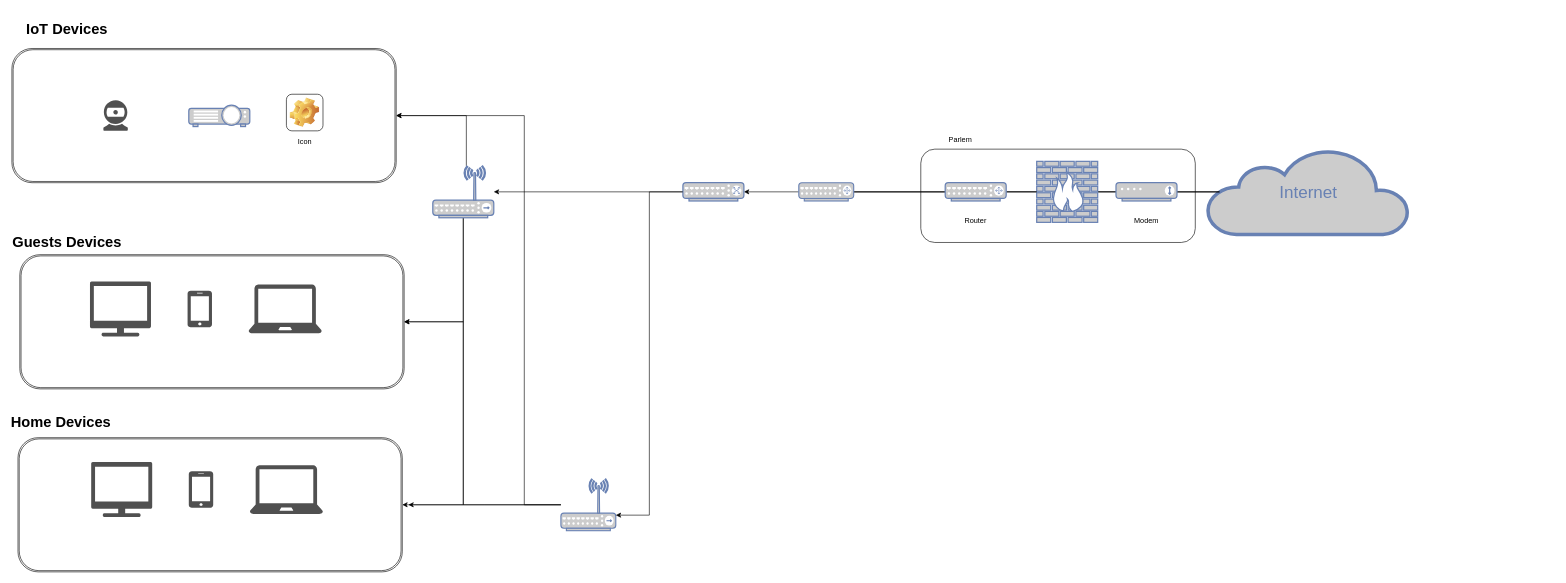
The draw.io diagram Untitled Diagram.drawio in fgibilaro/fgibilaro, before the edit. Source tidied: cells renumbered, new cells numbered last; positions are measured from the earlier drawing's top-left corner, leaving out a move shared by most shapes. Both pictures are drawn from the tidied source at 61%, with x=0, y=0 at pixel (12, 16).
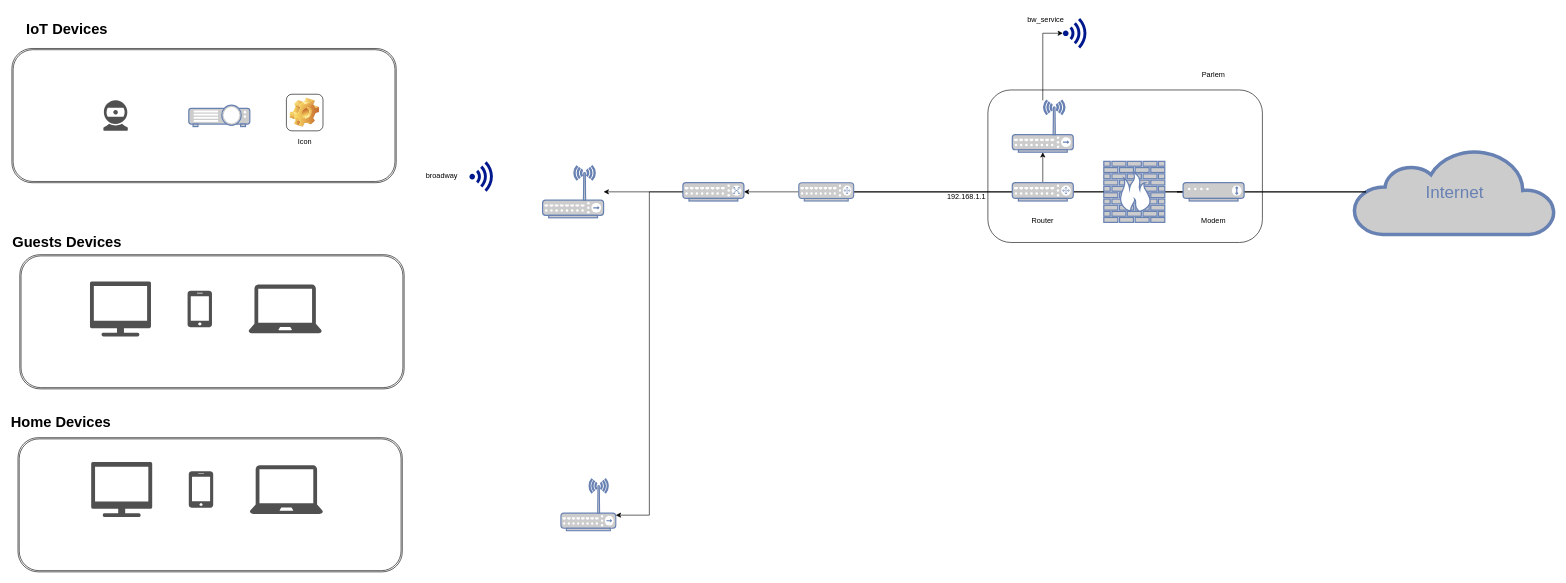
After the change.

Unchanged cells that the change refers to:
```xml
<mxCell id="2" style="shape=ext;double=1;rounded=1;whiteSpace=wrap;html=1;" parent="1" vertex="1">
  <mxGeometry y="52" width="630" height="220" as="geometry" />
</mxCell>
<mxCell id="3" style="shape=ext;double=1;rounded=1;whiteSpace=wrap;html=1;" parent="1" vertex="1">
  <mxGeometry x="10" y="690" width="630" height="220" as="geometry" />
</mxCell>
<mxCell id="27" style="fontColor=#0066CC;verticalAlign=top;verticalLabelPosition=bottom;labelPosition=center;align=center;html=1;outlineConnect=0;fillColor=#CCCCCC;strokeColor=#6881B3;gradientColor=none;gradientDirection=north;strokeWidth=2;shape=mxgraph.networks.wireless_hub;" parent="1" vertex="1">
  <mxGeometry x="900" y="757.5" width="90" height="85" as="geometry" />
</mxCell>
<mxCell id="34" style="shape=ext;double=1;rounded=1;whiteSpace=wrap;html=1;" parent="1" vertex="1">
  <mxGeometry x="13" y="390" width="630" height="220" as="geometry" />
</mxCell>
```

The edit, as a diff of the source:
```diff
@@
     <mxCell id="4" style="rounded=1;whiteSpace=wrap;html=1;" parent="1" vertex="1">
-      <mxGeometry x="1490" y="217" width="450" height="153" as="geometry" />
+      <mxGeometry x="1600" y="120" width="450" height="250" as="geometry" />
     </mxCell>
     <mxCell id="5" style="edgeStyle=none;html=1;labelBackgroundColor=none;endArrow=none;endFill=0;strokeWidth=2;fontFamily=Verdana;fontSize=28;fontColor=#6881B3;" parent="1" edge="1" source="6">
       <mxGeometry relative="1" as="geometry">
-        <mxPoint x="1810" y="287" as="targetPoint" />
+        <mxPoint x="1920" y="287" as="targetPoint" />
       </mxGeometry>
     </mxCell>
     <mxCell id="6" style="fontColor=#0066CC;verticalAlign=top;verticalLabelPosition=bottom;labelPosition=center;align=center;html=1;fillColor=#CCCCCC;strokeColor=#6881B3;gradientColor=none;gradientDirection=north;strokeWidth=2;shape=mxgraph.networks.firewall;rounded=0;shadow=0;comic=0;" parent="1" vertex="1">
-      <mxGeometry x="1680" y="237" width="100" height="100" as="geometry" />
+      <mxGeometry x="1790" y="237" width="100" height="100" as="geometry" />
     </mxCell>
@@
     <mxCell id="8" value="Internet" style="html=1;fillColor=#CCCCCC;strokeColor=#6881B3;gradientColor=none;gradientDirection=north;strokeWidth=2;shape=mxgraph.networks.cloud;fontColor=#6881B3;rounded=0;shadow=0;comic=0;align=center;fontSize=28;" parent="1" vertex="1">
-      <mxGeometry x="1960" y="217" width="330" height="140" as="geometry" />
+      <mxGeometry x="2200" y="217" width="330" height="140" as="geometry" />
     </mxCell>
@@
     <mxCell id="10" value="&lt;div&gt;&lt;span style=&quot;background-color: transparent; color: light-dark(rgb(0, 0, 0), rgb(255, 255, 255));&quot;&gt;Modem&lt;/span&gt;&lt;/div&gt;" style="text;html=1;align=center;verticalAlign=middle;whiteSpace=wrap;rounded=0;" parent="1" vertex="1">
-      <mxGeometry x="1785" y="320" width="150" height="30" as="geometry" />
+      <mxGeometry x="1895" y="320" width="150" height="30" as="geometry" />
     </mxCell>
@@
+    <mxCell id="42" style="edgeStyle=orthogonalEdgeStyle;rounded=0;jettySize=auto;html=1;" parent="1" edge="1" source="12" target="43">
+      <mxGeometry relative="1" as="geometry" />
+    </mxCell>
     <mxCell id="12" style="fontColor=#0066CC;verticalAlign=top;verticalLabelPosition=bottom;labelPosition=center;align=center;html=1;fillColor=#CCCCCC;strokeColor=#6881B3;gradientColor=none;gradientDirection=north;strokeWidth=2;shape=mxgraph.networks.router;rounded=0;shadow=0;comic=0;" parent="1" vertex="1">
-      <mxGeometry x="1530" y="272" width="100" height="30" as="geometry" />
+      <mxGeometry x="1640" y="272" width="100" height="30" as="geometry" />
     </mxCell>
     <mxCell id="13" value="Router" style="text;html=1;align=center;verticalAlign=middle;whiteSpace=wrap;rounded=0;" parent="1" vertex="1">
-      <mxGeometry x="1505" y="320" width="150" height="30" as="geometry" />
+      <mxGeometry x="1615" y="320" width="150" height="30" as="geometry" />
     </mxCell>
     <mxCell id="14" style="fontColor=#0066CC;verticalAlign=top;verticalLabelPosition=bottom;labelPosition=center;align=center;html=1;fillColor=#CCCCCC;strokeColor=#6881B3;gradientColor=none;gradientDirection=north;strokeWidth=2;shape=mxgraph.networks.modem;" parent="1" vertex="1">
-      <mxGeometry x="1810" y="272" width="100" height="30" as="geometry" />
+      <mxGeometry x="1920" y="272" width="100" height="30" as="geometry" />
     </mxCell>
     <mxCell id="15" value="&lt;div&gt;&lt;span style=&quot;background-color: transparent; color: light-dark(rgb(0, 0, 0), rgb(255, 255, 255));&quot;&gt;Parlem&lt;/span&gt;&lt;/div&gt;" style="text;html=1;align=center;verticalAlign=middle;whiteSpace=wrap;rounded=0;" parent="1" vertex="1">
-      <mxGeometry x="1480" y="187" width="150" height="30" as="geometry" />
+      <mxGeometry x="1895" y="80" width="150" height="30" as="geometry" />
     </mxCell>
@@
-    <mxCell id="20" style="edgeStyle=orthogonalEdgeStyle;rounded=0;jettySize=auto;html=1;exitX=0.55;exitY=0;exitDx=0;exitDy=0;exitPerimeter=0;entryX=1;entryY=0.5;entryDx=0;entryDy=0;" parent="1" edge="1" source="23" target="2">
-      <mxGeometry relative="1" as="geometry" />
-    </mxCell>
-    <mxCell id="21" style="edgeStyle=orthogonalEdgeStyle;rounded=0;jettySize=auto;html=1;exitX=0.5;exitY=1;exitDx=0;exitDy=0;exitPerimeter=0;entryX=1;entryY=0.5;entryDx=0;entryDy=0;" parent="1" edge="1" source="23" target="34">
-      <mxGeometry relative="1" as="geometry" />
-    </mxCell>
-    <mxCell id="22" style="edgeStyle=orthogonalEdgeStyle;rounded=0;jettySize=auto;html=1;exitX=0.5;exitY=1;exitDx=0;exitDy=0;exitPerimeter=0;entryX=1;entryY=0.5;entryDx=0;entryDy=0;" parent="1" edge="1" source="23" target="3">
-      <mxGeometry relative="1" as="geometry" />
-    </mxCell>
     <mxCell id="23" style="fontColor=#0066CC;verticalAlign=top;verticalLabelPosition=bottom;labelPosition=center;align=center;html=1;outlineConnect=0;fillColor=#CCCCCC;strokeColor=#6881B3;gradientColor=none;gradientDirection=north;strokeWidth=2;shape=mxgraph.networks.wireless_hub;" parent="1" vertex="1">
-      <mxGeometry x="690" y="244.5" width="100" height="85" as="geometry" />
+      <mxGeometry x="870" y="244.5" width="100" height="85" as="geometry" />
     </mxCell>
-    <mxCell id="24" style="edgeStyle=orthogonalEdgeStyle;rounded=0;jettySize=auto;html=1;" parent="1" edge="1" source="27">
-      <mxGeometry relative="1" as="geometry">
-        <mxPoint x="650" y="800" as="targetPoint" />
-      </mxGeometry>
-    </mxCell>
-    <mxCell id="25" style="edgeStyle=orthogonalEdgeStyle;rounded=0;jettySize=auto;html=1;entryX=1;entryY=0.5;entryDx=0;entryDy=0;" parent="1" edge="1" source="27" target="34">
-      <mxGeometry relative="1" as="geometry">
-        <Array as="points">
-          <mxPoint x="740" y="800" />
-          <mxPoint x="740" y="500" />
-        </Array>
-      </mxGeometry>
-    </mxCell>
-    <mxCell id="26" style="edgeStyle=orthogonalEdgeStyle;rounded=0;jettySize=auto;html=1;entryX=1;entryY=0.5;entryDx=0;entryDy=0;" parent="1" edge="1" source="27" target="2">
-      <mxGeometry relative="1" as="geometry">
-        <Array as="points">
-          <mxPoint x="840" y="800" />
-          <mxPoint x="840" y="162" />
-        </Array>
-      </mxGeometry>
-    </mxCell>
@@
+    <mxCell id="43" style="fontColor=#0066CC;verticalAlign=top;verticalLabelPosition=bottom;labelPosition=center;align=center;html=1;outlineConnect=0;fillColor=#CCCCCC;strokeColor=#6881B3;gradientColor=none;gradientDirection=north;strokeWidth=2;shape=mxgraph.networks.wireless_hub;" parent="1" vertex="1">
+      <mxGeometry x="1640" y="137" width="100" height="85" as="geometry" />
+    </mxCell>
+    <mxCell id="44" style="sketch=0;shadow=0;dashed=0;html=1;strokeColor=none;labelPosition=center;verticalLabelPosition=bottom;verticalAlign=top;align=center;fillColor=#00188D;shape=mxgraph.mscae.enterprise.wireless_connection;" parent="1" vertex="1">
+      <mxGeometry x="1723" y="2" width="42" height="50" as="geometry" />
+    </mxCell>
+    <mxCell id="45" style="edgeStyle=orthogonalEdgeStyle;rounded=0;jettySize=auto;html=1;entryX=0;entryY=0.5;entryDx=0;entryDy=0;entryPerimeter=0;" parent="1" edge="1" source="43" target="44">
+      <mxGeometry relative="1" as="geometry" />
+    </mxCell>
+    <mxCell id="46" value="&lt;div&gt;&lt;span style=&quot;background-color: transparent; color: light-dark(rgb(0, 0, 0), rgb(255, 255, 255));&quot;&gt;bw_service&lt;/span&gt;&lt;/div&gt;" style="text;html=1;align=center;verticalAlign=middle;whiteSpace=wrap;rounded=0;" parent="1" vertex="1">
+      <mxGeometry x="1620" y="-10" width="150" height="30" as="geometry" />
+    </mxCell>
+    <mxCell id="47" style="sketch=0;shadow=0;dashed=0;html=1;strokeColor=none;labelPosition=center;verticalLabelPosition=bottom;verticalAlign=top;align=center;fillColor=#00188D;shape=mxgraph.mscae.enterprise.wireless_connection;" parent="1" vertex="1">
+      <mxGeometry x="750" y="237" width="42" height="50" as="geometry" />
+    </mxCell>
+    <mxCell id="48" value="&lt;div&gt;&lt;span style=&quot;background-color: transparent; color: light-dark(rgb(0, 0, 0), rgb(255, 255, 255));&quot;&gt;broadway&lt;/span&gt;&lt;/div&gt;" style="text;html=1;align=center;verticalAlign=middle;whiteSpace=wrap;rounded=0;" parent="1" vertex="1">
+      <mxGeometry x="630" y="244.5" width="150" height="30" as="geometry" />
+    </mxCell>
+    <mxCell id="49" value="&lt;div&gt;&lt;span style=&quot;background-color: transparent; color: light-dark(rgb(0, 0, 0), rgb(255, 255, 255));&quot;&gt;192.168.1.1&lt;/span&gt;&lt;/div&gt;" style="text;html=1;align=center;verticalAlign=middle;whiteSpace=wrap;rounded=0;" parent="1" vertex="1">
+      <mxGeometry x="1490" y="280" width="150" height="30" as="geometry" />
+    </mxCell>
```
